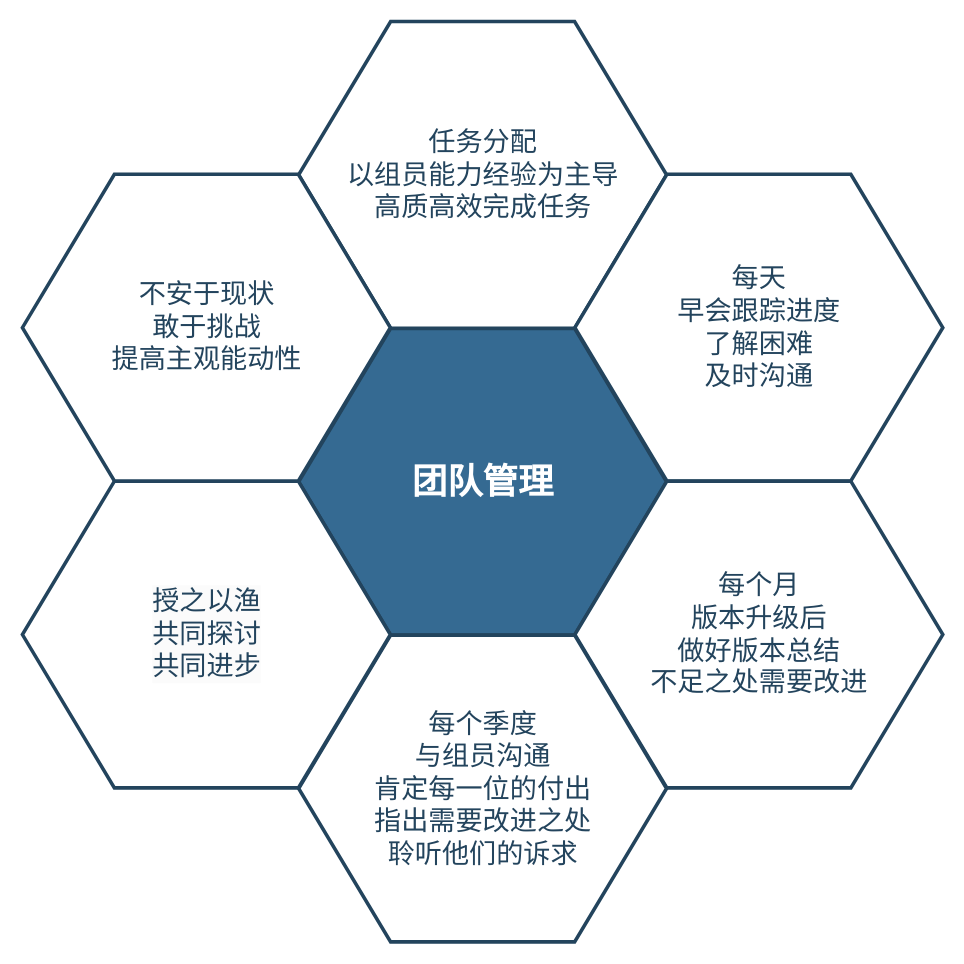
Earlier version of the draw.io diagram ad.drawio (longfq/draw.io). Source tidied: cells renumbered, new cells numbered last; positions are measured from the earlier drawing's top-left corner, leaving out a move shared by most shapes. Both pictures are drawn from the tidied source at 118%, with x=0, y=0 at pixel (21, 21).
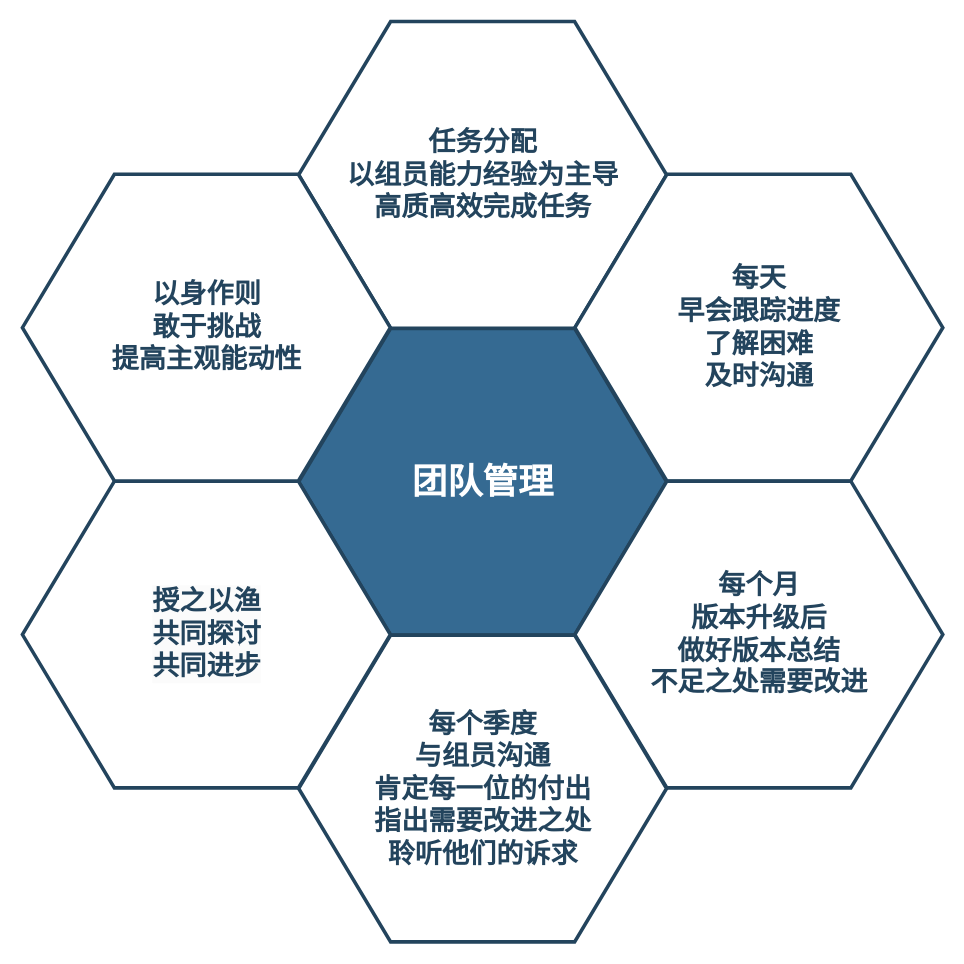
Above is the later version.

Diff of the diagram source:
```diff
@@
 <mxGraphModel>
   <root>
     <mxCell id="0" />
     <mxCell id="1" parent="0" />
     <mxCell id="2" value="&lt;font color=&quot;#ffffff&quot;&gt;&lt;span style=&quot;font-size: 30px;&quot;&gt;&lt;b&gt;团队管理&lt;/b&gt;&lt;/span&gt;&lt;/font&gt;" style="shape=hexagon;perimeter=hexagonPerimeter2;whiteSpace=wrap;html=1;shadow=0;labelBackgroundColor=none;strokeColor=#23445D;fillColor=#356a92;gradientColor=none;fontFamily=Helvetica;fontSize=23;fontColor=#23445d;align=center;strokeWidth=3;" parent="1" vertex="1">
       <mxGeometry x="234.6" y="259.8" width="311.8" height="259.9" as="geometry" />
     </mxCell>
     <mxCell id="3" style="triangle;whiteSpace=wrap;html=1;shadow=0;labelBackgroundColor=none;strokeColor=none;fillColor=#FFFFFF;fontFamily=Helvetica;fontSize=17;fontColor=#23445d;align=center;rotation=90;gradientColor=none;flipV=1;flipH=1;opacity=20;" parent="1" vertex="1">
       <mxGeometry x="115.5" y="277.7" width="72" height="152" as="geometry" />
     </mxCell>
-    <mxCell id="4" value="任务分配&lt;div&gt;以组员能力经验为主导&lt;/div&gt;&lt;div&gt;高质高效完成任务&lt;/div&gt;" style="shape=hexagon;perimeter=hexagonPerimeter2;whiteSpace=wrap;html=1;shadow=0;labelBackgroundColor=none;strokeColor=#23445D;fillColor=#ffffff;gradientColor=none;fontFamily=Helvetica;fontSize=23;fontColor=#23445D;align=center;strokeWidth=3;" parent="1" vertex="1">
+    <mxCell id="4" value="&lt;b&gt;任务分配&lt;/b&gt;&lt;div&gt;&lt;b&gt;以组员能力经验为主导&lt;/b&gt;&lt;/div&gt;&lt;div&gt;&lt;b&gt;高质高效完成任务&lt;/b&gt;&lt;/div&gt;" style="shape=hexagon;perimeter=hexagonPerimeter2;whiteSpace=wrap;html=1;shadow=0;labelBackgroundColor=none;strokeColor=#23445D;fillColor=#ffffff;gradientColor=none;fontFamily=Helvetica;fontSize=23;fontColor=#23445D;align=center;strokeWidth=3;" parent="1" vertex="1">
       <mxGeometry x="234.6" y="-0.3" width="311.8" height="259.9" as="geometry" />
     </mxCell>
-    <mxCell id="5" value="&lt;font style=&quot;font-size: 23px&quot;&gt;每天&lt;/font&gt;&lt;div&gt;&lt;font style=&quot;font-size: 23px&quot;&gt;早会&lt;/font&gt;&lt;font style=&quot;background-color: initial;&quot;&gt;跟踪进度&lt;/font&gt;&lt;/div&gt;&lt;div&gt;&lt;span style=&quot;background-color: initial;&quot;&gt;了解困难&lt;br&gt;&lt;/span&gt;&lt;/div&gt;&lt;div&gt;&lt;span style=&quot;background-color: initial;&quot;&gt;及时沟通&lt;/span&gt;&lt;/div&gt;" style="shape=hexagon;perimeter=hexagonPerimeter2;whiteSpace=wrap;html=1;shadow=0;labelBackgroundColor=none;strokeColor=#23445D;fillColor=#FFFFFF;gradientColor=none;fontFamily=Helvetica;fontSize=23;fontColor=#23445d;align=center;strokeWidth=3;" parent="1" vertex="1">
+    <mxCell id="5" value="&lt;font style=&quot;font-size: 23px&quot;&gt;&lt;b&gt;每天&lt;/b&gt;&lt;/font&gt;&lt;div&gt;&lt;b&gt;&lt;font style=&quot;font-size: 23px&quot;&gt;早会&lt;/font&gt;&lt;font style=&quot;background-color: initial;&quot;&gt;跟踪进度&lt;/font&gt;&lt;/b&gt;&lt;/div&gt;&lt;div&gt;&lt;span style=&quot;background-color: initial;&quot;&gt;&lt;b&gt;了解困难&lt;br&gt;&lt;/b&gt;&lt;/span&gt;&lt;/div&gt;&lt;div&gt;&lt;span style=&quot;background-color: initial;&quot;&gt;&lt;b&gt;及时沟通&lt;/b&gt;&lt;/span&gt;&lt;/div&gt;" style="shape=hexagon;perimeter=hexagonPerimeter2;whiteSpace=wrap;html=1;shadow=0;labelBackgroundColor=none;strokeColor=#23445D;fillColor=#FFFFFF;gradientColor=none;fontFamily=Helvetica;fontSize=23;fontColor=#23445d;align=center;strokeWidth=3;" parent="1" vertex="1">
       <mxGeometry x="468.7" y="129.2" width="311.8" height="259.9" as="geometry" />
     </mxCell>
-    <mxCell id="6" value="&lt;font style=&quot;font-size: 23px&quot;&gt;每个月&lt;/font&gt;&lt;div&gt;&lt;font style=&quot;font-size: 23px&quot;&gt;版本升级后&lt;/font&gt;&lt;/div&gt;&lt;div&gt;做好版本总结&lt;/div&gt;&lt;div&gt;不足之处需要改进&lt;/div&gt;" style="shape=hexagon;perimeter=hexagonPerimeter2;whiteSpace=wrap;html=1;shadow=0;labelBackgroundColor=none;strokeColor=#23445D;fillColor=#FFFFFF;gradientColor=none;fontFamily=Helvetica;fontSize=23;fontColor=#23445d;align=center;strokeWidth=3;" parent="1" vertex="1">
+    <mxCell id="6" value="&lt;font style=&quot;font-size: 23px&quot;&gt;&lt;b&gt;每个月&lt;/b&gt;&lt;/font&gt;&lt;div&gt;&lt;font style=&quot;font-size: 23px&quot;&gt;&lt;b&gt;版本升级后&lt;/b&gt;&lt;/font&gt;&lt;/div&gt;&lt;div&gt;&lt;b&gt;做好版本总结&lt;/b&gt;&lt;/div&gt;&lt;div&gt;&lt;b&gt;不足之处需要改进&lt;/b&gt;&lt;/div&gt;" style="shape=hexagon;perimeter=hexagonPerimeter2;whiteSpace=wrap;html=1;shadow=0;labelBackgroundColor=none;strokeColor=#23445D;fillColor=#FFFFFF;gradientColor=none;fontFamily=Helvetica;fontSize=23;fontColor=#23445d;align=center;strokeWidth=3;" parent="1" vertex="1">
       <mxGeometry x="468.7" y="389.3" width="311.8" height="259.9" as="geometry" />
     </mxCell>
-    <mxCell id="7" value="每个季度&lt;div&gt;与组员沟通&lt;/div&gt;&lt;div&gt;肯定每一位的付出&lt;/div&gt;&lt;div&gt;指出需要改进之处&lt;/div&gt;&lt;div&gt;聆听他们的诉求&lt;/div&gt;" style="shape=hexagon;perimeter=hexagonPerimeter2;whiteSpace=wrap;html=1;shadow=0;labelBackgroundColor=none;strokeColor=#23445D;fillColor=#FFFFFF;gradientColor=none;fontFamily=Helvetica;fontSize=23;fontColor=#23445d;align=center;strokeWidth=3;" parent="1" vertex="1">
+    <mxCell id="7" value="&lt;b&gt;每个季度&lt;/b&gt;&lt;div&gt;&lt;b&gt;与组员沟通&lt;/b&gt;&lt;/div&gt;&lt;div&gt;&lt;b&gt;肯定每一位的付出&lt;/b&gt;&lt;/div&gt;&lt;div&gt;&lt;b&gt;指出需要改进之处&lt;/b&gt;&lt;/div&gt;&lt;div&gt;&lt;b&gt;聆听他们的诉求&lt;/b&gt;&lt;/div&gt;" style="shape=hexagon;perimeter=hexagonPerimeter2;whiteSpace=wrap;html=1;shadow=0;labelBackgroundColor=none;strokeColor=#23445D;fillColor=#FFFFFF;gradientColor=none;fontFamily=Helvetica;fontSize=23;fontColor=#23445d;align=center;strokeWidth=3;" parent="1" vertex="1">
       <mxGeometry x="234.6" y="519.8" width="311.8" height="259.9" as="geometry" />
     </mxCell>
-    <mxCell id="8" value="&lt;br&gt;&lt;div style=&quot;forced-color-adjust: none; color: rgb(35, 68, 93); font-family: Helvetica; font-size: 23px; font-style: normal; font-variant-ligatures: normal; font-variant-caps: normal; font-weight: 400; letter-spacing: normal; orphans: 2; text-align: center; text-indent: 0px; text-transform: none; widows: 2; word-spacing: 0px; -webkit-text-stroke-width: 0px; white-space: normal; background-color: rgb(251, 251, 251); text-decoration-thickness: initial; text-decoration-style: initial; text-decoration-color: initial;&quot;&gt;授之以渔&lt;/div&gt;&lt;div style=&quot;forced-color-adjust: none; color: rgb(35, 68, 93); font-family: Helvetica; font-size: 23px; font-style: normal; font-variant-ligatures: normal; font-variant-caps: normal; font-weight: 400; letter-spacing: normal; orphans: 2; text-align: center; text-indent: 0px; text-transform: none; widows: 2; word-spacing: 0px; -webkit-text-stroke-width: 0px; white-space: normal; background-color: rgb(251, 251, 251); text-decoration-thickness: initial; text-decoration-style: initial; text-decoration-color: initial;&quot;&gt;共同探讨&lt;/div&gt;&lt;div style=&quot;forced-color-adjust: none; color: rgb(35, 68, 93); font-family: Helvetica; font-size: 23px; font-style: normal; font-variant-ligatures: normal; font-variant-caps: normal; font-weight: 400; letter-spacing: normal; orphans: 2; text-align: center; text-indent: 0px; text-transform: none; widows: 2; word-spacing: 0px; -webkit-text-stroke-width: 0px; white-space: normal; background-color: rgb(251, 251, 251); text-decoration-thickness: initial; text-decoration-style: initial; text-decoration-color: initial;&quot;&gt;共同进步&lt;/div&gt;&lt;div&gt;&lt;br/&gt;&lt;/div&gt;" style="shape=hexagon;perimeter=hexagonPerimeter2;whiteSpace=wrap;html=1;shadow=0;labelBackgroundColor=none;strokeColor=#23445D;fillColor=#FFFFFF;gradientColor=none;fontFamily=Helvetica;fontSize=23;fontColor=#23445d;align=center;strokeWidth=3;" parent="1" vertex="1">
+    <mxCell id="8" value="&lt;b&gt;&lt;br&gt;&lt;/b&gt;&lt;div style=&quot;forced-color-adjust: none; color: rgb(35, 68, 93); font-family: Helvetica; font-size: 23px; font-style: normal; font-variant-ligatures: normal; font-variant-caps: normal; letter-spacing: normal; orphans: 2; text-align: center; text-indent: 0px; text-transform: none; widows: 2; word-spacing: 0px; -webkit-text-stroke-width: 0px; white-space: normal; background-color: rgb(251, 251, 251); text-decoration-thickness: initial; text-decoration-style: initial; text-decoration-color: initial;&quot;&gt;&lt;b&gt;授之以渔&lt;/b&gt;&lt;/div&gt;&lt;div style=&quot;forced-color-adjust: none; color: rgb(35, 68, 93); font-family: Helvetica; font-size: 23px; font-style: normal; font-variant-ligatures: normal; font-variant-caps: normal; letter-spacing: normal; orphans: 2; text-align: center; text-indent: 0px; text-transform: none; widows: 2; word-spacing: 0px; -webkit-text-stroke-width: 0px; white-space: normal; background-color: rgb(251, 251, 251); text-decoration-thickness: initial; text-decoration-style: initial; text-decoration-color: initial;&quot;&gt;&lt;b&gt;共同探讨&lt;/b&gt;&lt;/div&gt;&lt;div style=&quot;forced-color-adjust: none; color: rgb(35, 68, 93); font-family: Helvetica; font-size: 23px; font-style: normal; font-variant-ligatures: normal; font-variant-caps: normal; letter-spacing: normal; orphans: 2; text-align: center; text-indent: 0px; text-transform: none; widows: 2; word-spacing: 0px; -webkit-text-stroke-width: 0px; white-space: normal; background-color: rgb(251, 251, 251); text-decoration-thickness: initial; text-decoration-style: initial; text-decoration-color: initial;&quot;&gt;&lt;b&gt;共同进步&lt;/b&gt;&lt;/div&gt;&lt;div&gt;&lt;br&gt;&lt;/div&gt;" style="shape=hexagon;perimeter=hexagonPerimeter2;whiteSpace=wrap;html=1;shadow=0;labelBackgroundColor=none;strokeColor=#23445D;fillColor=#FFFFFF;gradientColor=none;fontFamily=Helvetica;fontSize=23;fontColor=#23445d;align=center;strokeWidth=3;" parent="1" vertex="1">
       <mxGeometry x="0.5" y="389.3" width="311.8" height="259.9" as="geometry" />
     </mxCell>
-    <mxCell id="9" value="不安于现状&lt;div&gt;敢于挑战&lt;/div&gt;&lt;div&gt;提高主观能动性&lt;/div&gt;" style="shape=hexagon;perimeter=hexagonPerimeter2;whiteSpace=wrap;html=1;shadow=0;labelBackgroundColor=none;strokeColor=#23445D;fillColor=#ffffff;gradientColor=none;fontFamily=Helvetica;fontSize=23;fontColor=#23445D;align=center;strokeWidth=3;" parent="1" vertex="1">
+    <mxCell id="9" value="&lt;b&gt;以身作则&lt;/b&gt;&lt;div&gt;&lt;b&gt;敢于挑战&lt;/b&gt;&lt;/div&gt;&lt;div&gt;&lt;b&gt;提高主观能动性&lt;/b&gt;&lt;/div&gt;" style="shape=hexagon;perimeter=hexagonPerimeter2;whiteSpace=wrap;html=1;shadow=0;labelBackgroundColor=none;strokeColor=#23445D;fillColor=#ffffff;gradientColor=none;fontFamily=Helvetica;fontSize=23;fontColor=#23445D;align=center;strokeWidth=3;" parent="1" vertex="1">
       <mxGeometry x="0.5" y="129.2" width="311.8" height="259.9" as="geometry" />
     </mxCell>
   </root>
 </mxGraphModel>
```
